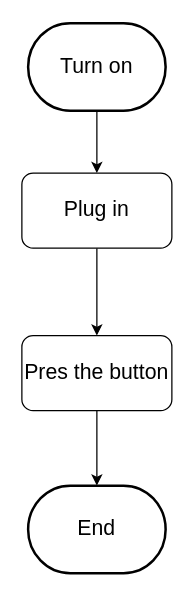
This is Diagramm.drawio from buuumba/new, a draw.io file, before an edit. Source tidied: cells renumbered, new cells numbered last; positions are measured from the earlier drawing's top-left corner, leaving out a move shared by most shapes. Both pictures are drawn from the tidied source at 125%, with x=0, y=0 at pixel (21, 22).
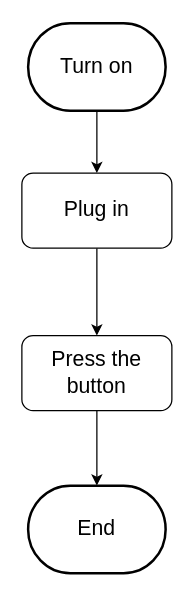
The same diagram, later.

Diff of the diagram source:
```diff
@@
 <mxGraphModel>
   <root>
     <mxCell id="0" />
     <mxCell id="1" parent="0" />
     <mxCell id="2" style="edgeStyle=orthogonalEdgeStyle;rounded=0;jettySize=auto;html=1;" parent="1" edge="1" source="3" target="5">
       <mxGeometry relative="1" as="geometry" />
     </mxCell>
     <mxCell id="3" value="Turn on" style="strokeWidth=2;html=1;shape=mxgraph.flowchart.terminator;whiteSpace=wrap;fontSize=17;" parent="1" vertex="1">
       <mxGeometry x="5" width="110" height="70" as="geometry" />
     </mxCell>
     <mxCell id="4" style="edgeStyle=orthogonalEdgeStyle;rounded=0;jettySize=auto;html=1;" parent="1" edge="1" source="5" target="7">
       <mxGeometry relative="1" as="geometry" />
     </mxCell>
     <mxCell id="5" value="Plug in" style="rounded=1;whiteSpace=wrap;html=1;fontSize=17;" parent="1" vertex="1">
       <mxGeometry y="120" width="120" height="60" as="geometry" />
     </mxCell>
     <mxCell id="6" style="edgeStyle=orthogonalEdgeStyle;rounded=0;jettySize=auto;html=1;" parent="1" edge="1" source="7" target="8">
       <mxGeometry relative="1" as="geometry" />
     </mxCell>
-    <mxCell id="7" value="Pres the button" style="rounded=1;whiteSpace=wrap;html=1;fontSize=17;" parent="1" vertex="1">
+    <mxCell id="7" value="Press the button" style="rounded=1;whiteSpace=wrap;html=1;fontSize=17;" parent="1" vertex="1">
       <mxGeometry y="250" width="120" height="60" as="geometry" />
     </mxCell>
     <mxCell id="8" value="End" style="strokeWidth=2;html=1;shape=mxgraph.flowchart.terminator;whiteSpace=wrap;fontSize=17;" parent="1" vertex="1">
       <mxGeometry x="5" y="370" width="110" height="70" as="geometry" />
     </mxCell>
   </root>
 </mxGraphModel>
```
